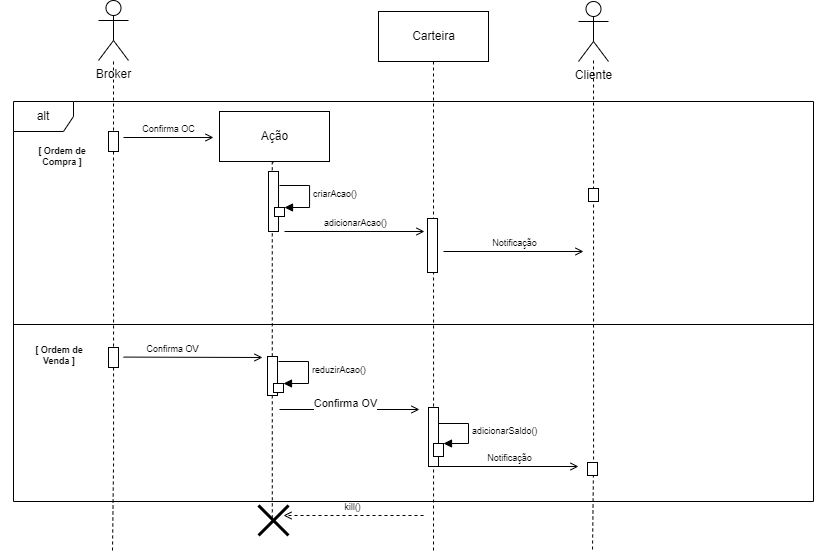
Above: MarketDiagramasDeSequencia/MarketSequencia04.drawio.png in EijiDogen/FEI_MDSMarket (draw.io), before the change. Source tidied: cells renumbered, new cells last; positions are measured from the earlier drawing's top-left corner, leaving out a move shared by most shapes.
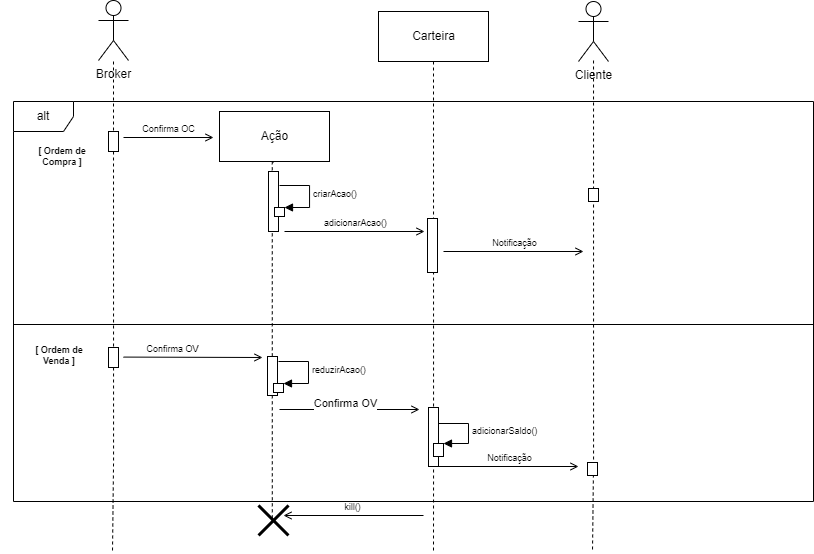
The same file after the commit.

Change to the diagram source:
```diff
@@ -127,7 +127,7 @@
         <mxPoint x="213" y="137" as="targetPoint" />
       </mxGeometry>
     </mxCell>
-    <mxCell id="31" value="kill()" style="html=1;verticalAlign=bottom;endArrow=open;rounded=0;fontSize=9;dashed=1;endFill=0;" parent="29" edge="1">
+    <mxCell id="31" value="kill()" style="html=1;verticalAlign=bottom;endArrow=open;rounded=0;fontSize=9;endFill=0;" parent="29" edge="1">
       <mxGeometry relative="1" as="geometry">
         <mxPoint x="423" y="515" as="sourcePoint" />
         <mxPoint x="283" y="515" as="targetPoint" />
```
